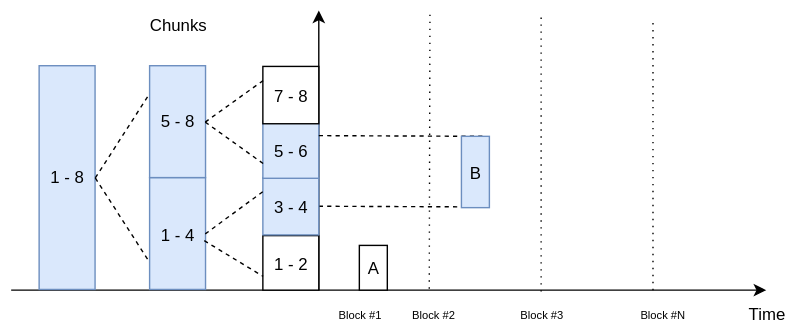
artall64/tmp-isao-images keeps this draw.io diagram as chunks-and-tree-B.svg. Above is the earlier version. Source tidied: cells renumbered, new cells last; positions are measured from the earlier drawing's top-left corner, leaving out a move shared by most shapes.
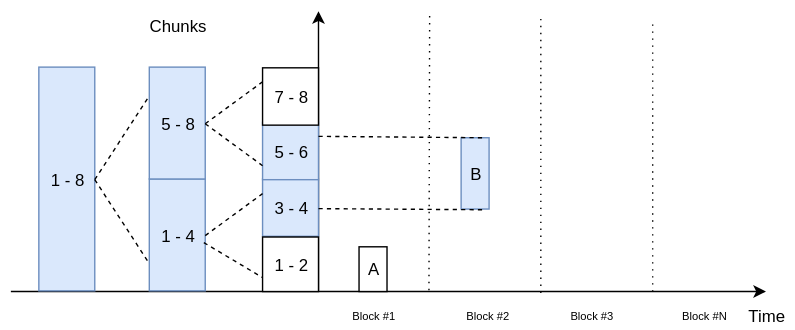
After the commit.

What changed in the source:
```diff
@@ -2,12 +2,6 @@
   <root>
     <mxCell id="0" />
     <mxCell id="1" parent="0" />
-    <mxCell id="2" style="endArrow=none;dashed=1;html=1;exitX=1;exitY=0.75;" parent="1" edge="1">
-      <mxGeometry relative="1" as="geometry">
-        <mxPoint x="220" y="140" as="sourcePoint" />
-        <mxPoint x="340" y="140.5" as="targetPoint" />
-      </mxGeometry>
-    </mxCell>
     <mxCell id="3" style="endArrow=classic;html=1;" parent="1" edge="1">
       <mxGeometry relative="1" as="geometry">
         <mxPoint y="200" as="sourcePoint" />
@@ -16,13 +10,10 @@
     </mxCell>
     <mxCell id="4" style="endArrow=classic;html=1;" parent="1" edge="1">
       <mxGeometry relative="1" as="geometry">
-        <mxPoint x="220" y="200" as="sourcePoint" />
-        <mxPoint x="220" as="targetPoint" />
+        <mxPoint x="220" y="199.5" as="sourcePoint" />
+        <mxPoint x="220" y="-0.5" as="targetPoint" />
       </mxGeometry>
     </mxCell>
-    <mxCell id="5" value="1 - 2" style="rounded=0;whiteSpace=wrap;html=1;" parent="1" vertex="1">
-      <mxGeometry x="180" y="161" width="40" height="39" as="geometry" />
-    </mxCell>
     <mxCell id="6" value="3 - 4" style="rounded=0;whiteSpace=wrap;html=1;fillColor=#dae8fc;strokeColor=#6c8ebf;" parent="1" vertex="1">
       <mxGeometry x="180" y="119.5" width="40" height="41" as="geometry" />
     </mxCell>
@@ -75,10 +66,10 @@
       </mxGeometry>
     </mxCell>
     <mxCell id="21" value="Block #1&lt;br style=&quot;font-size: 8px;&quot;&gt;" style="text;html=1;strokeColor=none;fillColor=none;align=center;verticalAlign=middle;whiteSpace=wrap;rounded=0;fontSize=8;" parent="1" vertex="1">
-      <mxGeometry x="230" y="207" width="38" height="20" as="geometry" />
+      <mxGeometry x="240" y="207" width="38" height="20" as="geometry" />
     </mxCell>
     <mxCell id="22" value="Block #2&lt;br style=&quot;font-size: 8px;&quot;&gt;" style="text;html=1;strokeColor=none;fillColor=none;align=center;verticalAlign=middle;whiteSpace=wrap;rounded=0;fontSize=8;" parent="1" vertex="1">
-      <mxGeometry x="283" y="207" width="39" height="20" as="geometry" />
+      <mxGeometry x="322" y="207" width="39" height="20" as="geometry" />
     </mxCell>
     <mxCell id="23" style="endArrow=none;dashed=1;html=1;dashPattern=1 4;" parent="1" edge="1">
       <mxGeometry relative="1" as="geometry">
@@ -87,25 +78,31 @@
       </mxGeometry>
     </mxCell>
     <mxCell id="24" value="Block #3&lt;br style=&quot;font-size: 8px;&quot;&gt;" style="text;html=1;strokeColor=none;fillColor=none;align=center;verticalAlign=middle;whiteSpace=wrap;rounded=0;fontSize=8;" parent="1" vertex="1">
-      <mxGeometry x="353.5" y="207" width="50" height="20" as="geometry" />
+      <mxGeometry x="390" y="207" width="50" height="20" as="geometry" />
     </mxCell>
     <mxCell id="25" value="Block #N&lt;br style=&quot;font-size: 8px;&quot;&gt;" style="text;html=1;strokeColor=none;fillColor=none;align=center;verticalAlign=middle;whiteSpace=wrap;rounded=0;fontSize=8;" parent="1" vertex="1">
-      <mxGeometry x="440" y="207" width="53" height="20" as="geometry" />
+      <mxGeometry x="470" y="207" width="53" height="20" as="geometry" />
     </mxCell>
     <mxCell id="26" value="Time" style="text;html=1;strokeColor=none;fillColor=none;align=center;verticalAlign=middle;whiteSpace=wrap;rounded=0;" parent="1" vertex="1">
       <mxGeometry x="520" y="207" width="40" height="20" as="geometry" />
     </mxCell>
+    <mxCell id="29" value="B" style="rounded=0;whiteSpace=wrap;html=1;fillColor=#dae8fc;strokeColor=#6c8ebf;" parent="1" vertex="1">
+      <mxGeometry x="322" y="90" width="20" height="51" as="geometry" />
+    </mxCell>
-    <mxCell id="27" value="A" style="rounded=0;whiteSpace=wrap;html=1;" parent="1" vertex="1">
+    <mxCell id="27" value="A" style="rounded=0;whiteSpace=wrap;html=1;fillColor=#ffffff;strokeColor=#000000;" parent="1" vertex="1">
       <mxGeometry x="249" y="168" width="20" height="32" as="geometry" />
     </mxCell>
+    <mxCell id="5" value="1 - 2" style="rounded=0;whiteSpace=wrap;html=1;fillColor=#ffffff;strokeColor=#000000;" parent="1" vertex="1">
+      <mxGeometry x="180" y="161" width="40" height="39" as="geometry" />
+    </mxCell>
-    <mxCell id="28" style="endArrow=none;dashed=1;html=1;exitX=1;exitY=0.75;" parent="1" edge="1">
-      <mxGeometry relative="1" as="geometry">
-        <mxPoint x="220" y="89.5" as="sourcePoint" />
-        <mxPoint x="340" y="90" as="targetPoint" />
-      </mxGeometry>
+    <mxCell id="28" style="endArrow=none;html=1;strokeWidth=1;exitX=1;exitY=0.25;entryX=0.75;entryY=0;dashed=1;" parent="1" edge="1" source="7" target="29">
+      <mxGeometry relative="1" as="geometry" />
     </mxCell>
-    <mxCell id="29" value="B" style="rounded=0;whiteSpace=wrap;html=1;fillColor=#dae8fc;strokeColor=#6c8ebf;" parent="1" vertex="1">
-      <mxGeometry x="322" y="90" width="20" height="51" as="geometry" />
-    </mxCell>
+    <mxCell id="30" style="endArrow=none;html=1;strokeWidth=1;exitX=1;exitY=0.25;entryX=0.75;entryY=0;dashed=1;" parent="1" edge="1">
+      <mxGeometry relative="1" as="geometry">
+        <mxPoint x="220" y="140.7" as="sourcePoint" />
+        <mxPoint x="337.2" y="141.5" as="targetPoint" />
+      </mxGeometry>
+    </mxCell>
   </root>
 </mxGraphModel>
```
